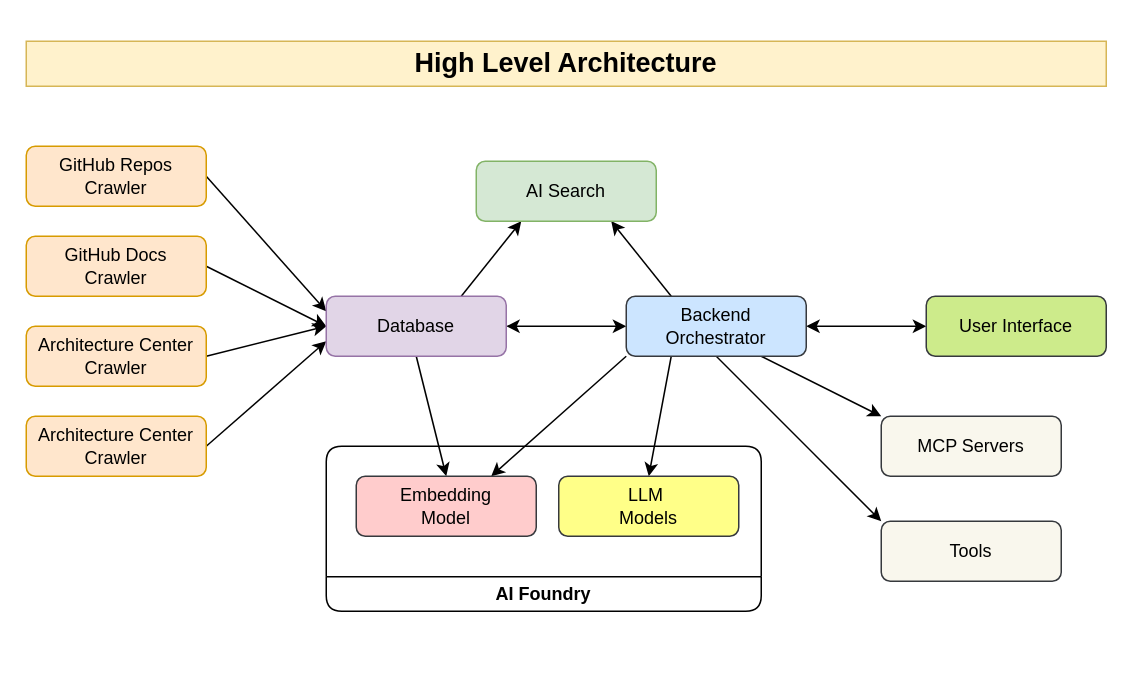
This is architecture/high-level.drawio from amir0135/STU-Copilot, a draw.io file, before an edit. Source tidied: cells renumbered, new cells numbered last; positions are measured from the earlier drawing's top-left corner, leaving out a move shared by most shapes. Both pictures are drawn from the tidied source at 150%, with x=0, y=0 at pixel (26, 40).
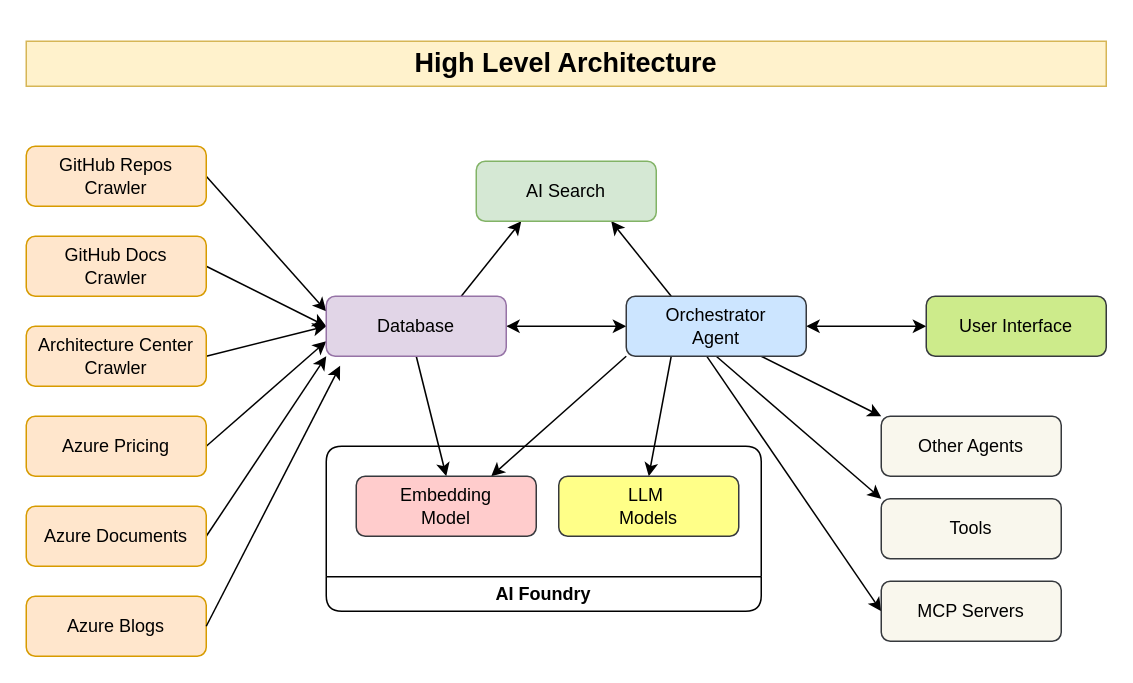
The same diagram, later.

Commit message:
feat: Update high-level architecture diagram with new components and improved layout

Unchanged cells that the change refers to:
```xml
<mxCell id="13" value="Database" style="rounded=1;whiteSpace=wrap;html=1;fillColor=#e1d5e7;strokeColor=#9673a6;" parent="1" vertex="1">
  <mxGeometry x="200" y="170" width="120" height="40" as="geometry" />
</mxCell>
```

What changed in the source:
```diff
@@
-    <mxCell id="9" value="Architecture Center&lt;div&gt;Crawler&lt;/div&gt;" style="rounded=1;whiteSpace=wrap;html=1;fillColor=#ffe6cc;strokeColor=#d79b00;" parent="1" vertex="1">
+    <mxCell id="9" value="Azure Pricing" style="rounded=1;whiteSpace=wrap;html=1;fillColor=#ffe6cc;strokeColor=#d79b00;" parent="1" vertex="1">
       <mxGeometry y="250" width="120" height="40" as="geometry" />
     </mxCell>
@@
+    <mxCell id="29" style="edgeStyle=none;html=1;entryX=0;entryY=0.5;entryDx=0;entryDy=0;exitX=0.443;exitY=0.98;exitDx=0;exitDy=0;exitPerimeter=0;" parent="1" edge="1" source="20" target="30">
+      <mxGeometry relative="1" as="geometry" />
+    </mxCell>
-    <mxCell id="20" value="Backend&lt;div&gt;Orchestrator&lt;/div&gt;" style="rounded=1;whiteSpace=wrap;html=1;fillColor=#cce5ff;strokeColor=#36393d;" parent="1" vertex="1">
+    <mxCell id="20" value="&lt;div&gt;Orchestrator&lt;br&gt;Agent&lt;/div&gt;" style="rounded=1;whiteSpace=wrap;html=1;fillColor=#cce5ff;strokeColor=#36393d;" parent="1" vertex="1">
       <mxGeometry x="400" y="170" width="120" height="40" as="geometry" />
     </mxCell>
@@
-    <mxCell id="22" value="MCP Servers" style="rounded=1;whiteSpace=wrap;html=1;fillColor=#f9f7ed;strokeColor=#36393d;" parent="1" vertex="1">
+    <mxCell id="22" value="Other Agents" style="rounded=1;whiteSpace=wrap;html=1;fillColor=#f9f7ed;strokeColor=#36393d;" parent="1" vertex="1">
       <mxGeometry x="570" y="250" width="120" height="40" as="geometry" />
     </mxCell>
     <mxCell id="23" value="Tools" style="rounded=1;whiteSpace=wrap;html=1;fillColor=#f9f7ed;strokeColor=#36393d;" parent="1" vertex="1">
-      <mxGeometry x="570" y="320" width="120" height="40" as="geometry" />
+      <mxGeometry x="570" y="305" width="120" height="40" as="geometry" />
     </mxCell>
@@
+    <mxCell id="30" value="MCP Servers" style="rounded=1;whiteSpace=wrap;html=1;fillColor=#f9f7ed;strokeColor=#36393d;" parent="1" vertex="1">
+      <mxGeometry x="570" y="360" width="120" height="40" as="geometry" />
+    </mxCell>
+    <mxCell id="31" style="edgeStyle=none;html=1;entryX=0;entryY=1;entryDx=0;entryDy=0;exitX=1;exitY=0.5;exitDx=0;exitDy=0;" parent="1" edge="1" source="32" target="13">
+      <mxGeometry relative="1" as="geometry" />
+    </mxCell>
+    <mxCell id="32" value="Azure Documents" style="rounded=1;whiteSpace=wrap;html=1;fillColor=#ffe6cc;strokeColor=#d79b00;" parent="1" vertex="1">
+      <mxGeometry y="310" width="120" height="40" as="geometry" />
+    </mxCell>
+    <mxCell id="33" value="Azure Blogs" style="rounded=1;whiteSpace=wrap;html=1;fillColor=#ffe6cc;strokeColor=#d79b00;" parent="1" vertex="1">
+      <mxGeometry y="370" width="120" height="40" as="geometry" />
+    </mxCell>
+    <mxCell id="34" style="edgeStyle=none;html=1;exitX=1;exitY=0.5;exitDx=0;exitDy=0;entryX=0.077;entryY=1.16;entryDx=0;entryDy=0;entryPerimeter=0;" parent="1" edge="1" source="33" target="13">
+      <mxGeometry relative="1" as="geometry" />
+    </mxCell>
```
